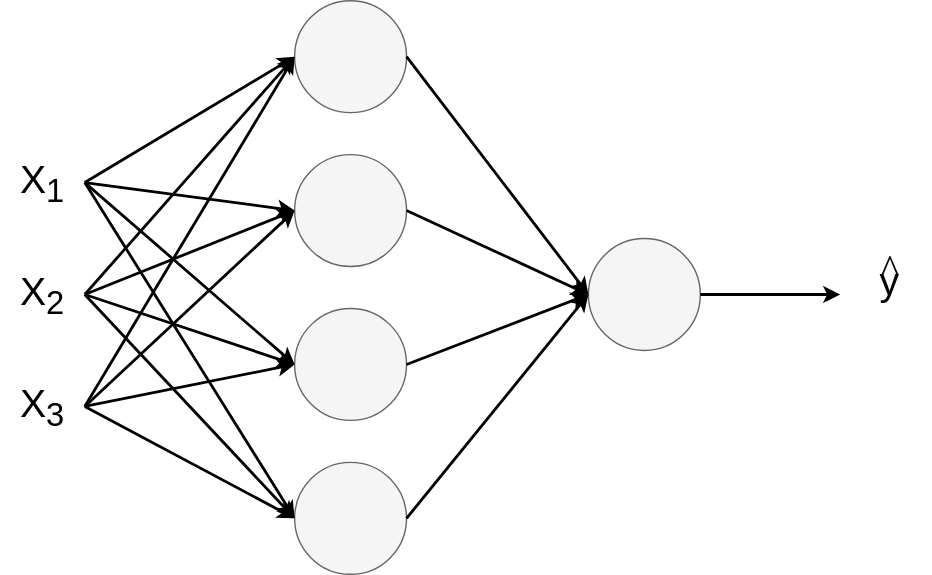
The draw.io diagram Coursera/Deeplearning.ai/Neural Networks and Deep Learning/Week 3/images/neural_network.svg in rogergranada/MOOCs, before a commit. Source tidied: cells renumbered, new cells last; positions are measured from the earlier drawing's top-left corner, leaving out a move shared by most shapes. Its diagram source:
```xml
<mxGraphModel>
  <root>
    <mxCell id="0" />
    <mxCell id="1" parent="0" />
    <mxCell id="2" style="ellipse;whiteSpace=wrap;html=1;fillColor=#f5f5f5;strokeColor=#666666;fontColor=#333333;" parent="1" vertex="1">
      <mxGeometry x="210" width="80" height="80" as="geometry" />
    </mxCell>
    <mxCell id="3" style="ellipse;whiteSpace=wrap;html=1;fillColor=#f5f5f5;strokeColor=#666666;fontColor=#333333;" parent="1" vertex="1">
      <mxGeometry x="210" y="110" width="80" height="80" as="geometry" />
    </mxCell>
    <mxCell id="4" style="ellipse;whiteSpace=wrap;html=1;fillColor=#f5f5f5;strokeColor=#666666;fontColor=#333333;" parent="1" vertex="1">
      <mxGeometry x="210" y="220" width="80" height="80" as="geometry" />
    </mxCell>
    <mxCell id="5" style="ellipse;whiteSpace=wrap;html=1;fillColor=#f5f5f5;strokeColor=#666666;fontColor=#333333;" parent="1" vertex="1">
      <mxGeometry x="210" y="330" width="80" height="80" as="geometry" />
    </mxCell>
    <mxCell id="6" style="ellipse;whiteSpace=wrap;html=1;fillColor=#f5f5f5;strokeColor=#666666;fontColor=#333333;" parent="1" vertex="1">
      <mxGeometry x="420" y="170" width="80" height="80" as="geometry" />
    </mxCell>
    <mxCell id="7" value="&lt;font style=&quot;font-size: 28px&quot;&gt;X&lt;sub&gt;1&lt;/sub&gt;&lt;/font&gt;" style="text;html=1;strokeColor=none;fillColor=none;align=center;verticalAlign=middle;whiteSpace=wrap;rounded=0;" parent="1" vertex="1">
      <mxGeometry y="110" width="60" height="40" as="geometry" />
    </mxCell>
    <mxCell id="8" value="&lt;font style=&quot;font-size: 28px&quot;&gt;X&lt;sub&gt;2&lt;/sub&gt;&lt;/font&gt;" style="text;html=1;strokeColor=none;fillColor=none;align=center;verticalAlign=middle;whiteSpace=wrap;rounded=0;" parent="1" vertex="1">
      <mxGeometry y="190" width="60" height="40" as="geometry" />
    </mxCell>
    <mxCell id="9" value="&lt;font style=&quot;font-size: 28px&quot;&gt;X&lt;sub&gt;3&lt;/sub&gt;&lt;/font&gt;" style="text;html=1;strokeColor=none;fillColor=none;align=center;verticalAlign=middle;whiteSpace=wrap;rounded=0;" parent="1" vertex="1">
      <mxGeometry y="270" width="60" height="40" as="geometry" />
    </mxCell>
    <mxCell id="10" style="endArrow=classic;html=1;entryX=0;entryY=0.5;exitX=1;exitY=0.5;strokeWidth=2;" parent="1" edge="1" source="7" target="2">
      <mxGeometry relative="1" as="geometry" />
    </mxCell>
    <mxCell id="11" style="endArrow=classic;html=1;entryX=0;entryY=0.5;exitX=1;exitY=0.5;strokeWidth=2;" parent="1" edge="1" source="7" target="3">
      <mxGeometry relative="1" as="geometry" />
    </mxCell>
    <mxCell id="12" style="endArrow=classic;html=1;entryX=0;entryY=0.5;exitX=1;exitY=0.5;strokeWidth=2;" parent="1" edge="1" source="7" target="4">
      <mxGeometry relative="1" as="geometry" />
    </mxCell>
    <mxCell id="13" style="endArrow=classic;html=1;entryX=0;entryY=0.5;exitX=1;exitY=0.5;strokeWidth=2;" parent="1" edge="1" source="7" target="5">
      <mxGeometry relative="1" as="geometry" />
    </mxCell>
    <mxCell id="14" style="endArrow=classic;html=1;exitX=1;exitY=0.5;strokeWidth=2;entryX=0;entryY=0.5;" parent="1" edge="1" source="8" target="2">
      <mxGeometry relative="1" as="geometry" />
    </mxCell>
    <mxCell id="15" style="endArrow=classic;html=1;exitX=1;exitY=0.5;strokeWidth=2;entryX=0;entryY=0.5;" parent="1" edge="1" source="8" target="3">
      <mxGeometry relative="1" as="geometry" />
    </mxCell>
    <mxCell id="16" style="endArrow=classic;html=1;exitX=1;exitY=0.5;strokeWidth=2;entryX=0;entryY=0.5;" parent="1" edge="1" source="8" target="4">
      <mxGeometry relative="1" as="geometry" />
    </mxCell>
    <mxCell id="17" style="endArrow=classic;html=1;exitX=1;exitY=0.5;strokeWidth=2;entryX=0;entryY=0.5;" parent="1" edge="1" source="8" target="5">
      <mxGeometry relative="1" as="geometry" />
    </mxCell>
    <mxCell id="18" style="endArrow=classic;html=1;exitX=1;exitY=0.5;strokeWidth=2;entryX=0;entryY=0.5;" parent="1" edge="1" source="9" target="2">
      <mxGeometry relative="1" as="geometry" />
    </mxCell>
    <mxCell id="19" style="endArrow=classic;html=1;exitX=1;exitY=0.5;strokeWidth=2;entryX=0;entryY=0.5;" parent="1" edge="1" source="9" target="3">
      <mxGeometry relative="1" as="geometry" />
    </mxCell>
    <mxCell id="20" style="endArrow=classic;html=1;strokeWidth=2;entryX=0;entryY=0.5;exitX=1;exitY=0.5;" parent="1" edge="1" source="9" target="4">
      <mxGeometry relative="1" as="geometry" />
    </mxCell>
    <mxCell id="21" style="endArrow=classic;html=1;exitX=1;exitY=0.5;strokeWidth=2;entryX=0;entryY=0.5;" parent="1" edge="1" source="9" target="5">
      <mxGeometry relative="1" as="geometry" />
    </mxCell>
    <mxCell id="22" style="endArrow=classic;html=1;exitX=1;exitY=0.5;strokeWidth=2;entryX=0;entryY=0.5;" parent="1" edge="1" source="2" target="6">
      <mxGeometry relative="1" as="geometry" />
    </mxCell>
    <mxCell id="23" style="endArrow=classic;html=1;exitX=1;exitY=0.5;strokeWidth=2;entryX=0;entryY=0.5;" parent="1" edge="1" source="3" target="6">
      <mxGeometry relative="1" as="geometry" />
    </mxCell>
    <mxCell id="24" style="endArrow=classic;html=1;exitX=1;exitY=0.5;strokeWidth=2;entryX=0;entryY=0.5;" parent="1" edge="1" source="4" target="6">
      <mxGeometry relative="1" as="geometry" />
    </mxCell>
    <mxCell id="25" style="endArrow=classic;html=1;exitX=1;exitY=0.5;strokeWidth=2;entryX=0;entryY=0.5;" parent="1" edge="1" source="5" target="6">
      <mxGeometry relative="1" as="geometry" />
    </mxCell>
    <mxCell id="26" style="endArrow=classic;html=1;exitX=1;exitY=0.5;strokeWidth=2;" parent="1" edge="1" source="6">
      <mxGeometry relative="1" as="geometry">
        <mxPoint x="600" y="210" as="targetPoint" />
      </mxGeometry>
    </mxCell>
    <mxCell id="27" value="&lt;span style=&quot;font-size: 28px&quot;&gt;y&lt;/span&gt;&lt;br&gt;" style="text;html=1;strokeColor=none;fillColor=none;align=center;verticalAlign=middle;whiteSpace=wrap;rounded=0;" parent="1" vertex="1">
      <mxGeometry x="605" y="180" width="60" height="40" as="geometry" />
    </mxCell>
    <mxCell id="28" value="&lt;span style=&quot;font-size: 28px&quot;&gt;^&lt;/span&gt;&lt;br&gt;" style="text;html=1;strokeColor=none;fillColor=none;align=center;verticalAlign=middle;whiteSpace=wrap;rounded=0;fontFamily=Verdana;" parent="1" vertex="1">
      <mxGeometry x="605" y="171" width="60" height="40" as="geometry" />
    </mxCell>
  </root>
</mxGraphModel>
```
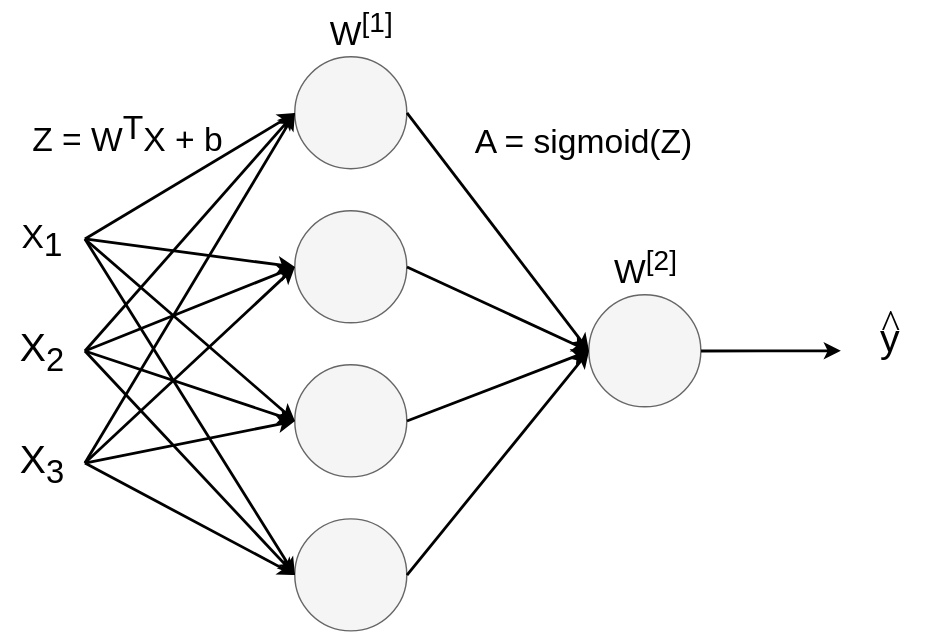
The same diagram one commit later.

Commit message:
Image of a neural network

Change to the diagram source:
```diff
@@ -17,7 +17,7 @@
     <mxCell id="6" style="ellipse;whiteSpace=wrap;html=1;fillColor=#f5f5f5;strokeColor=#666666;fontColor=#333333;" parent="1" vertex="1">
       <mxGeometry x="420" y="170" width="80" height="80" as="geometry" />
     </mxCell>
-    <mxCell id="7" value="&lt;font style=&quot;font-size: 28px&quot;&gt;X&lt;sub&gt;1&lt;/sub&gt;&lt;/font&gt;" style="text;html=1;strokeColor=none;fillColor=none;align=center;verticalAlign=middle;whiteSpace=wrap;rounded=0;" parent="1" vertex="1">
+    <mxCell id="7" value="&lt;font style=&quot;font-size: 24px;&quot;&gt;X&lt;sub style=&quot;font-size: 24px;&quot;&gt;1&lt;/sub&gt;&lt;/font&gt;" style="text;html=1;strokeColor=none;fillColor=none;align=center;verticalAlign=middle;whiteSpace=wrap;rounded=0;fontSize=24;" parent="1" vertex="1">
       <mxGeometry y="110" width="60" height="40" as="geometry" />
     </mxCell>
     <mxCell id="8" value="&lt;font style=&quot;font-size: 28px&quot;&gt;X&lt;sub&gt;2&lt;/sub&gt;&lt;/font&gt;" style="text;html=1;strokeColor=none;fillColor=none;align=center;verticalAlign=middle;whiteSpace=wrap;rounded=0;" parent="1" vertex="1">
@@ -85,5 +85,17 @@
     <mxCell id="28" value="&lt;span style=&quot;font-size: 28px&quot;&gt;^&lt;/span&gt;&lt;br&gt;" style="text;html=1;strokeColor=none;fillColor=none;align=center;verticalAlign=middle;whiteSpace=wrap;rounded=0;fontFamily=Verdana;" parent="1" vertex="1">
       <mxGeometry x="605" y="171" width="60" height="40" as="geometry" />
     </mxCell>
+    <mxCell id="29" value="&lt;span style=&quot;font-size: 24px&quot;&gt;W&lt;/span&gt;&lt;sup&gt;[1]&lt;/sup&gt;" style="text;html=1;strokeColor=none;fillColor=none;align=center;verticalAlign=middle;whiteSpace=wrap;rounded=0;fontSize=24;" parent="1" vertex="1">
+      <mxGeometry x="227" y="-40" width="60" height="40" as="geometry" />
+    </mxCell>
+    <mxCell id="30" value="&lt;span style=&quot;font-size: 24px&quot;&gt;W&lt;/span&gt;&lt;sup&gt;[2]&lt;/sup&gt;" style="text;html=1;strokeColor=none;fillColor=none;align=center;verticalAlign=middle;whiteSpace=wrap;rounded=0;fontSize=24;" parent="1" vertex="1">
+      <mxGeometry x="430" y="130" width="60" height="40" as="geometry" />
+    </mxCell>
+    <mxCell id="31" value="&lt;span style=&quot;font-size: 24px&quot;&gt;Z = W&lt;sup style=&quot;font-size: 24px&quot;&gt;T&lt;/sup&gt;X + b&lt;br style=&quot;font-size: 24px&quot;&gt;&lt;/span&gt;" style="text;html=1;strokeColor=none;fillColor=none;align=center;verticalAlign=middle;whiteSpace=wrap;rounded=0;fontSize=24;" parent="1" vertex="1">
+      <mxGeometry y="34" width="180" height="40" as="geometry" />
+    </mxCell>
+    <mxCell id="32" value="&lt;span style=&quot;font-size: 24px&quot;&gt;A = sigmoid(Z)&amp;nbsp;&lt;br style=&quot;font-size: 24px&quot;&gt;&lt;/span&gt;" style="text;html=1;strokeColor=none;fillColor=none;align=center;verticalAlign=middle;whiteSpace=wrap;rounded=0;fontSize=24;" parent="1" vertex="1">
+      <mxGeometry x="320" y="40" width="200" height="40" as="geometry" />
+    </mxCell>
   </root>
 </mxGraphModel>
```
